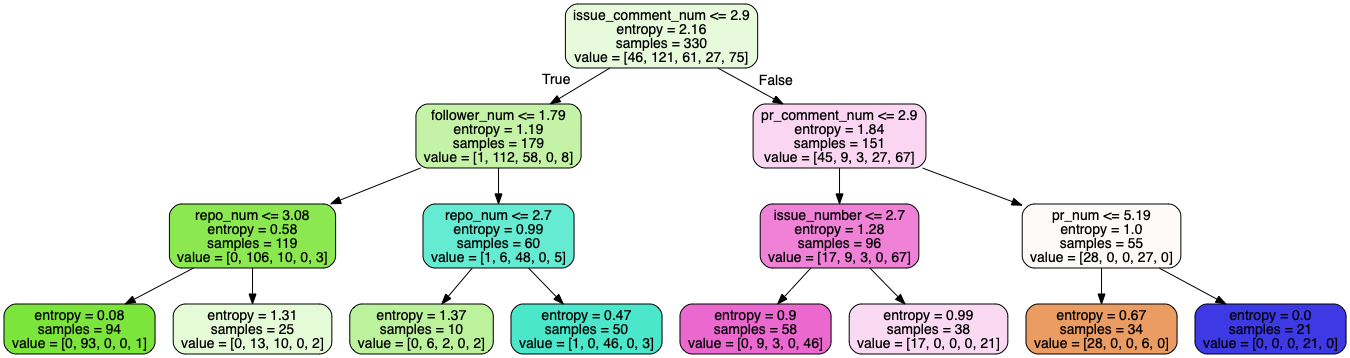
lancepokaiwang/GitHub-Recommender-System keeps this Graphviz diagram as python37/user_cluster/user_tree_5c.png. Above is the earlier version. Its source is kept beside it as python37/user_cluster/user_tree_5c.dot.
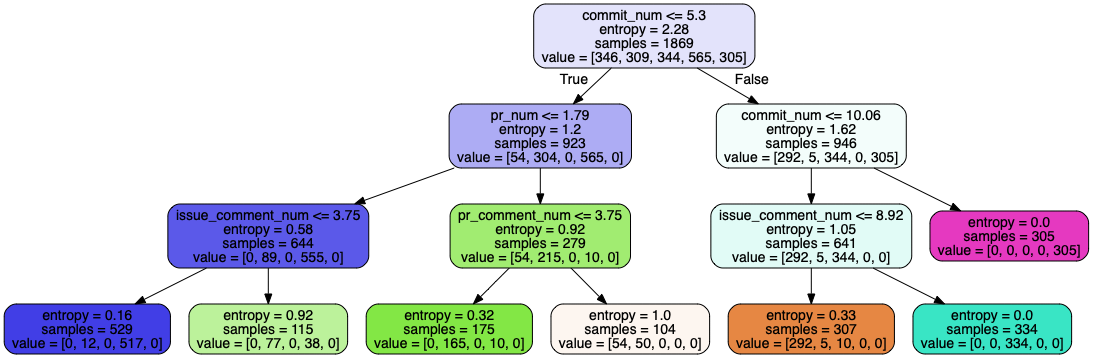
After the commit.

The edit, as a diff of the source:
```diff
@@ -1,33 +1,29 @@
 digraph Tree {
 node [shape=box, style="filled, rounded", color="black", fontname=helvetica] ;
 edge [fontname=helvetica] ;
-0 [label="issue_comment_num <= 2.9\nentropy = 2.16\nsamples = 330\nvalue = [46, 121, 61, 27, 75]", fillcolor="#e7fadb"] ;
-1 [label="follower_num <= 1.79\nentropy = 1.19\nsamples = 179\nvalue = [1, 112, 58, 0, 8]", fillcolor="#c4f3a7"] ;
+0 [label="commit_num <= 5.3\nentropy = 2.28\nsamples = 1869\nvalue = [346, 309, 344, 565, 305]", fillcolor="#e3e3fb"] ;
+1 [label="pr_num <= 1.79\nentropy = 1.2\nsamples = 923\nvalue = [54, 304, 0, 565, 0]", fillcolor="#adacf4"] ;
 0 -> 1 [labeldistance=2.5, labelangle=45, headlabel="True"] ;
-2 [label="repo_num <= 3.08\nentropy = 0.58\nsamples = 119\nvalue = [0, 106, 10, 0, 3]", fillcolor="#8be851"] ;
+2 [label="issue_comment_num <= 3.75\nentropy = 0.58\nsamples = 644\nvalue = [0, 89, 0, 555, 0]", fillcolor="#5b59e9"] ;
 1 -> 2 ;
-3 [label="entropy = 0.08\nsamples = 94\nvalue = [0, 93, 0, 0, 1]", fillcolor="#7ce53b"] ;
+3 [label="entropy = 0.16\nsamples = 529\nvalue = [0, 12, 0, 517, 0]", fillcolor="#413ee6"] ;
 2 -> 3 ;
-4 [label="entropy = 1.31\nsamples = 25\nvalue = [0, 13, 10, 0, 2]", fillcolor="#e5fad7"] ;
+4 [label="entropy = 0.92\nsamples = 115\nvalue = [0, 77, 0, 38, 0]", fillcolor="#bcf29b"] ;
 2 -> 4 ;
-5 [label="repo_num <= 2.7\nentropy = 0.99\nsamples = 60\nvalue = [1, 6, 48, 0, 5]", fillcolor="#65ebd2"] ;
+5 [label="pr_comment_num <= 3.75\nentropy = 0.92\nsamples = 279\nvalue = [54, 215, 0, 10, 0]", fillcolor="#a1ec71"] ;
 1 -> 5 ;
-6 [label="entropy = 1.37\nsamples = 10\nvalue = [0, 6, 2, 0, 2]", fillcolor="#bdf29c"] ;
+6 [label="entropy = 0.32\nsamples = 175\nvalue = [0, 165, 0, 10, 0]", fillcolor="#83e745"] ;
 5 -> 6 ;
-7 [label="entropy = 0.47\nsamples = 50\nvalue = [1, 0, 46, 0, 3]", fillcolor="#4ae7ca"] ;
+7 [label="entropy = 1.0\nsamples = 104\nvalue = [54, 50, 0, 0, 0]", fillcolor="#fdf6f0"] ;
 5 -> 7 ;
-8 [label="pr_comment_num <= 2.9\nentropy = 1.84\nsamples = 151\nvalue = [45, 9, 3, 27, 67]", fillcolor="#fad6f2"] ;
+8 [label="commit_num <= 10.06\nentropy = 1.62\nsamples = 946\nvalue = [292, 5, 344, 0, 305]", fillcolor="#f3fdfb"] ;
 0 -> 8 [labeldistance=2.5, labelangle=-45, headlabel="False"] ;
-9 [label="issue_number <= 2.7\nentropy = 1.28\nsamples = 96\nvalue = [17, 9, 3, 0, 67]", fillcolor="#ef82d7"] ;
+9 [label="issue_comment_num <= 8.92\nentropy = 1.05\nsamples = 641\nvalue = [292, 5, 344, 0, 0]", fillcolor="#e1fbf6"] ;
 8 -> 9 ;
-10 [label="entropy = 0.9\nsamples = 58\nvalue = [0, 9, 3, 0, 46]", fillcolor="#eb69cf"] ;
+10 [label="entropy = 0.33\nsamples = 307\nvalue = [292, 5, 10, 0, 0]", fillcolor="#e68743"] ;
 9 -> 10 ;
-11 [label="entropy = 0.99\nsamples = 38\nvalue = [17, 0, 0, 0, 21]", fillcolor="#fad9f3"] ;
+11 [label="entropy = 0.0\nsamples = 334\nvalue = [0, 0, 334, 0, 0]", fillcolor="#39e5c5"] ;
 9 -> 11 ;
-12 [label="pr_num <= 5.19\nentropy = 1.0\nsamples = 55\nvalue = [28, 0, 0, 27, 0]", fillcolor="#fefaf8"] ;
+12 [label="entropy = 0.0\nsamples = 305\nvalue = [0, 0, 0, 0, 305]", fillcolor="#e539c0"] ;
 8 -> 12 ;
-13 [label="entropy = 0.67\nsamples = 34\nvalue = [28, 0, 0, 6, 0]", fillcolor="#eb9c63"] ;
-12 -> 13 ;
-14 [label="entropy = 0.0\nsamples = 21\nvalue = [0, 0, 0, 21, 0]", fillcolor="#3c39e5"] ;
-12 -> 14 ;
 }
```
